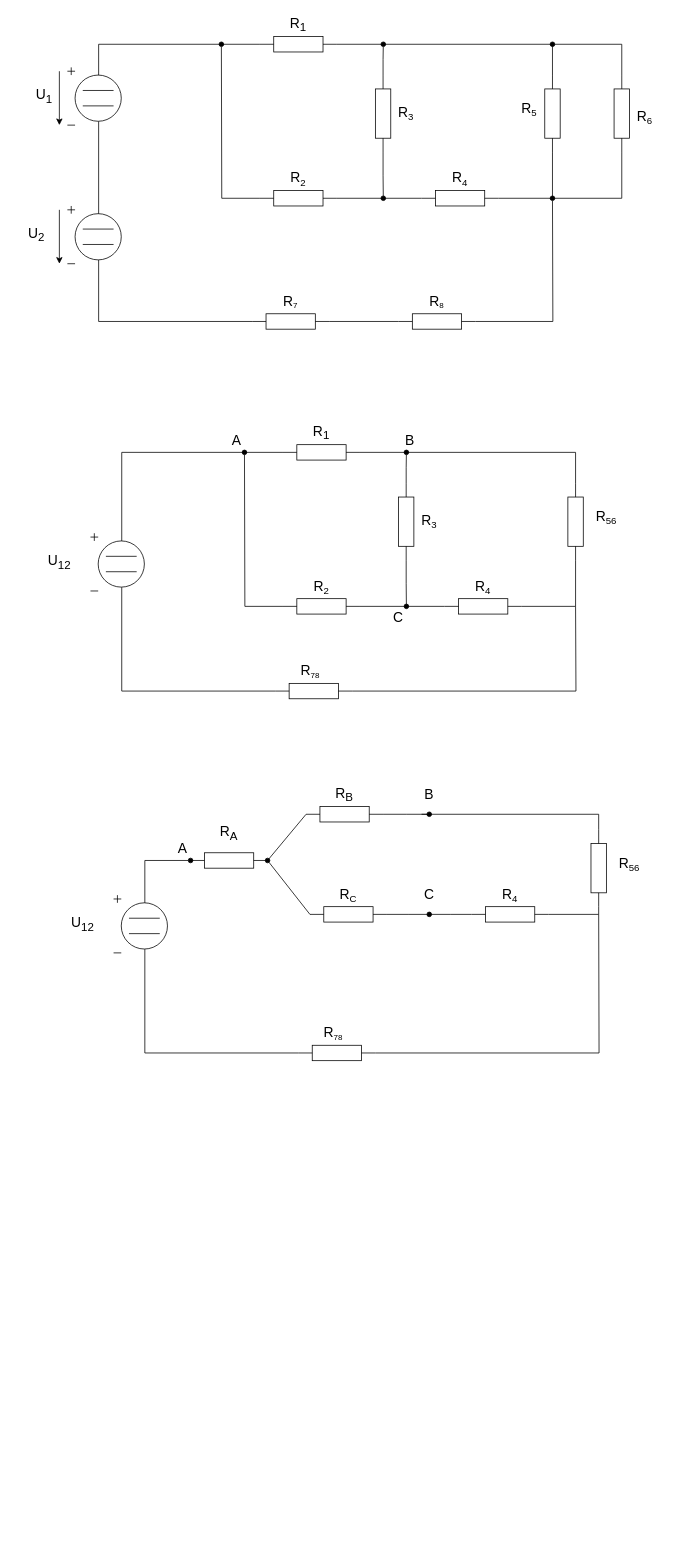
MartinNav/iel_proj keeps this draw.io diagram as priklad1/priklad1.drawio. Above is the earlier version. Source tidied: cells renumbered, new cells numbered last; positions are measured from the earlier drawing's top-left corner, leaving out a move shared by most shapes. Both pictures are drawn from the tidied source at 77%, with x=0, y=0 at pixel (13, 13).
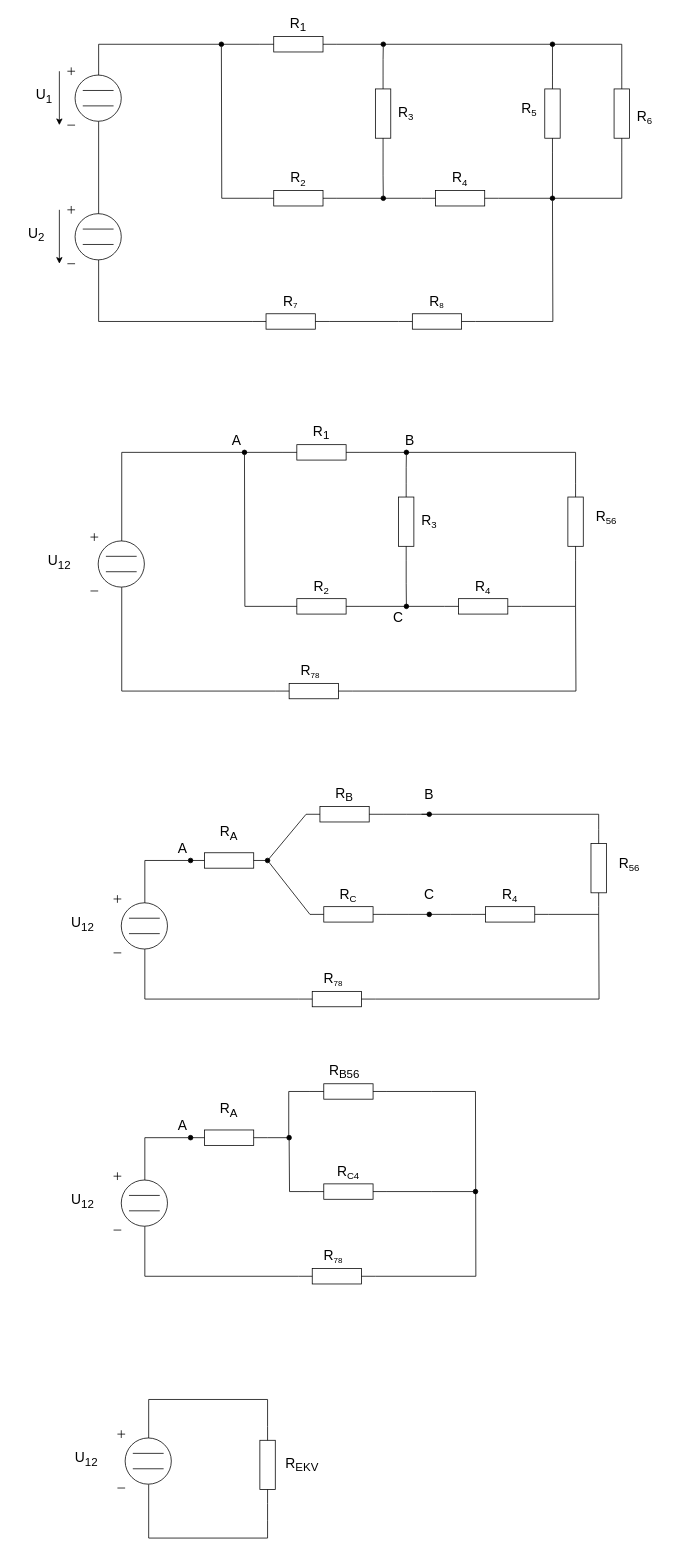
After the change.

Unchanged cells that the change refers to:
```xml
<mxCell id="66" style="verticalLabelPosition=bottom;shadow=0;dashed=0;align=center;html=1;verticalAlign=top;shape=mxgraph.electrical.signal_sources.dc_source_1;" parent="1" vertex="1">
  <mxGeometry x="130" y="1145" width="70" height="75" as="geometry" />
</mxCell>
```

Diff of the diagram source:
```diff
@@
     <mxCell id="70" style="verticalLabelPosition=bottom;shadow=0;dashed=0;align=center;html=1;verticalAlign=top;shape=mxgraph.electrical.resistors.resistor_1;" parent="1" vertex="1">
-      <mxGeometry x="370" y="1340" width="100" height="20" as="geometry" />
+      <mxGeometry x="370" y="1270" width="100" height="20" as="geometry" />
     </mxCell>
@@
     <mxCell id="81" style="edgeStyle=orthogonalEdgeStyle;rounded=0;jettySize=auto;html=1;exitX=0.58;exitY=0.935;exitDx=0;exitDy=0;exitPerimeter=0;entryX=0;entryY=0.5;entryDx=0;entryDy=0;entryPerimeter=0;endArrow=none;endFill=0;" parent="1" edge="1" source="66" target="70">
       <mxGeometry relative="1" as="geometry">
         <Array as="points">
-          <mxPoint x="171" y="1350" />
+          <mxPoint x="171" y="1280" />
         </Array>
       </mxGeometry>
     </mxCell>
@@
     <mxCell id="88" value="&lt;span style=&quot;font-size: 18px;&quot;&gt;R&lt;/span&gt;&lt;span style=&quot;font-size: 12.5px;&quot;&gt;&lt;sub&gt;78&lt;/sub&gt;&lt;/span&gt;" style="text;html=1;strokeColor=none;fillColor=none;align=center;verticalAlign=middle;whiteSpace=wrap;rounded=0;" parent="1" vertex="1">
-      <mxGeometry x="391" y="1310" width="49" height="30" as="geometry" />
+      <mxGeometry x="391" y="1240" width="49" height="30" as="geometry" />
     </mxCell>
@@
+    <mxCell id="98" style="verticalLabelPosition=bottom;shadow=0;dashed=0;align=center;html=1;verticalAlign=top;shape=mxgraph.electrical.signal_sources.dc_source_1;" parent="1" vertex="1">
+      <mxGeometry x="130" y="1505" width="70" height="75" as="geometry" />
+    </mxCell>
+    <mxCell id="99" style="endArrow=none;html=1;rounded=0;" parent="1" edge="1">
+      <mxGeometry relative="1" as="geometry">
+        <mxPoint x="150" y="1535" as="sourcePoint" />
+        <mxPoint x="190" y="1535" as="targetPoint" />
+      </mxGeometry>
+    </mxCell>
+    <mxCell id="100" style="endArrow=none;html=1;rounded=0;" parent="1" edge="1">
+      <mxGeometry relative="1" as="geometry">
+        <mxPoint x="150" y="1555" as="sourcePoint" />
+        <mxPoint x="190" y="1555" as="targetPoint" />
+      </mxGeometry>
+    </mxCell>
+    <mxCell id="101" style="edgeStyle=orthogonalEdgeStyle;rounded=0;jettySize=auto;html=1;exitX=1;exitY=0.5;exitDx=0;exitDy=0;exitPerimeter=0;endArrow=none;endFill=0;" parent="1" edge="1" source="102">
+      <mxGeometry relative="1" as="geometry">
+        <mxPoint x="600" y="1400" as="targetPoint" />
+      </mxGeometry>
+    </mxCell>
+    <mxCell id="102" style="verticalLabelPosition=bottom;shadow=0;dashed=0;align=center;html=1;verticalAlign=top;shape=mxgraph.electrical.resistors.resistor_1;" parent="1" vertex="1">
+      <mxGeometry x="370" y="1630" width="100" height="20" as="geometry" />
+    </mxCell>
+    <mxCell id="103" style="rounded=0;jettySize=auto;html=1;exitX=0;exitY=0.5;exitDx=0;exitDy=0;exitPerimeter=0;endArrow=oval;endFill=1;edgeStyle=orthogonalEdgeStyle;" parent="1" edge="1" source="105">
+      <mxGeometry relative="1" as="geometry">
+        <mxPoint x="358" y="1460" as="targetPoint" />
+      </mxGeometry>
+    </mxCell>
+    <mxCell id="104" style="edgeStyle=orthogonalEdgeStyle;rounded=0;jettySize=auto;html=1;exitX=1;exitY=0.5;exitDx=0;exitDy=0;exitPerimeter=0;endArrow=oval;endFill=1;" parent="1" edge="1" source="105">
+      <mxGeometry relative="1" as="geometry">
+        <mxPoint x="600" y="1530" as="targetPoint" />
+      </mxGeometry>
+    </mxCell>
+    <mxCell id="105" style="verticalLabelPosition=bottom;shadow=0;dashed=0;align=center;html=1;verticalAlign=top;shape=mxgraph.electrical.resistors.resistor_1;" parent="1" vertex="1">
+      <mxGeometry x="385" y="1520" width="100" height="20" as="geometry" />
+    </mxCell>
+    <mxCell id="106" style="rounded=0;jettySize=auto;html=1;exitX=0;exitY=0.5;exitDx=0;exitDy=0;exitPerimeter=0;entryX=1;entryY=0.5;entryDx=0;entryDy=0;entryPerimeter=0;endArrow=none;endFill=0;edgeStyle=orthogonalEdgeStyle;" parent="1" edge="1" source="108" target="114">
+      <mxGeometry relative="1" as="geometry" />
+    </mxCell>
+    <mxCell id="107" style="edgeStyle=orthogonalEdgeStyle;rounded=0;jettySize=auto;html=1;exitX=1;exitY=0.5;exitDx=0;exitDy=0;exitPerimeter=0;endArrow=none;endFill=0;" parent="1" edge="1" source="108">
+      <mxGeometry relative="1" as="geometry">
+        <mxPoint x="600" y="1400" as="targetPoint" />
+      </mxGeometry>
+    </mxCell>
+    <mxCell id="108" style="verticalLabelPosition=bottom;shadow=0;dashed=0;align=center;html=1;verticalAlign=top;shape=mxgraph.electrical.resistors.resistor_1;" parent="1" vertex="1">
+      <mxGeometry x="385" y="1390" width="100" height="20" as="geometry" />
+    </mxCell>
+    <mxCell id="109" style="edgeStyle=orthogonalEdgeStyle;rounded=0;jettySize=auto;html=1;exitX=0.58;exitY=0.935;exitDx=0;exitDy=0;exitPerimeter=0;entryX=0;entryY=0.5;entryDx=0;entryDy=0;entryPerimeter=0;endArrow=none;endFill=0;" parent="1" edge="1" source="98" target="102">
+      <mxGeometry relative="1" as="geometry">
+        <Array as="points">
+          <mxPoint x="171" y="1640" />
+        </Array>
+      </mxGeometry>
+    </mxCell>
+    <mxCell id="110" value="&lt;font style=&quot;font-size: 18px;&quot;&gt;U&lt;sub&gt;12&lt;/sub&gt;&lt;/font&gt;" style="text;html=1;strokeColor=none;fillColor=none;align=center;verticalAlign=middle;whiteSpace=wrap;rounded=0;" parent="1" vertex="1">
+      <mxGeometry x="60" y="1527.5" width="60" height="30" as="geometry" />
+    </mxCell>
+    <mxCell id="111" value="&lt;span style=&quot;font-size: 18px;&quot;&gt;R&lt;sub&gt;B56&lt;/sub&gt;&lt;/span&gt;" style="text;html=1;strokeColor=none;fillColor=none;align=center;verticalAlign=middle;whiteSpace=wrap;rounded=0;" parent="1" vertex="1">
+      <mxGeometry x="400" y="1360" width="60" height="30" as="geometry" />
+    </mxCell>
+    <mxCell id="112" value="&lt;span style=&quot;font-size: 18px;&quot;&gt;R&lt;/span&gt;&lt;span style=&quot;font-size: 15px;&quot;&gt;&lt;sub&gt;C4&lt;/sub&gt;&lt;/span&gt;" style="text;html=1;strokeColor=none;fillColor=none;align=center;verticalAlign=middle;whiteSpace=wrap;rounded=0;" parent="1" vertex="1">
+      <mxGeometry x="405" y="1490" width="60" height="30" as="geometry" />
+    </mxCell>
+    <mxCell id="113" value="&lt;span style=&quot;font-size: 18px;&quot;&gt;R&lt;/span&gt;&lt;span style=&quot;font-size: 12.5px;&quot;&gt;&lt;sub&gt;78&lt;/sub&gt;&lt;/span&gt;" style="text;html=1;strokeColor=none;fillColor=none;align=center;verticalAlign=middle;whiteSpace=wrap;rounded=0;" parent="1" vertex="1">
+      <mxGeometry x="391" y="1600" width="49" height="30" as="geometry" />
+    </mxCell>
+    <mxCell id="114" style="verticalLabelPosition=bottom;shadow=0;dashed=0;align=center;html=1;verticalAlign=top;shape=mxgraph.electrical.resistors.resistor_1;" parent="1" vertex="1">
+      <mxGeometry x="230" y="1450" width="100" height="20" as="geometry" />
+    </mxCell>
+    <mxCell id="115" style="edgeStyle=orthogonalEdgeStyle;rounded=0;jettySize=auto;html=1;exitX=0.58;exitY=0.135;exitDx=0;exitDy=0;exitPerimeter=0;entryX=0;entryY=0.5;entryDx=0;entryDy=0;entryPerimeter=0;endArrow=oval;endFill=1;" parent="1" edge="1" source="98" target="114">
+      <mxGeometry relative="1" as="geometry">
+        <Array as="points">
+          <mxPoint x="171" y="1460" />
+        </Array>
+      </mxGeometry>
+    </mxCell>
+    <mxCell id="116" value="&lt;font style=&quot;font-size: 18px;&quot;&gt;R&lt;sub&gt;A&lt;/sub&gt;&lt;/font&gt;" style="text;html=1;strokeColor=none;fillColor=none;align=center;verticalAlign=middle;whiteSpace=wrap;rounded=0;" parent="1" vertex="1">
+      <mxGeometry x="250" y="1410" width="60" height="30" as="geometry" />
+    </mxCell>
+    <mxCell id="117" value="&lt;font style=&quot;font-size: 18px;&quot;&gt;A&lt;/font&gt;" style="text;html=1;strokeColor=none;fillColor=none;align=center;verticalAlign=middle;whiteSpace=wrap;rounded=0;" parent="1" vertex="1">
+      <mxGeometry x="190" y="1430" width="60" height="30" as="geometry" />
+    </mxCell>
+    <mxCell id="118" style="edgeStyle=orthogonalEdgeStyle;rounded=0;jettySize=auto;html=1;exitX=0.58;exitY=0.135;exitDx=0;exitDy=0;exitPerimeter=0;endArrow=none;endFill=0;" parent="1" edge="1" source="120">
+      <mxGeometry relative="1" as="geometry">
+        <mxPoint x="330" y="1800" as="targetPoint" />
+        <Array as="points">
+          <mxPoint x="176" y="1800" />
+        </Array>
+      </mxGeometry>
+    </mxCell>
+    <mxCell id="119" style="edgeStyle=orthogonalEdgeStyle;rounded=0;jettySize=auto;html=1;exitX=0.58;exitY=0.935;exitDx=0;exitDy=0;exitPerimeter=0;endArrow=none;endFill=0;" parent="1" edge="1" source="120">
+      <mxGeometry relative="1" as="geometry">
+        <mxPoint x="330" y="1980" as="targetPoint" />
+        <Array as="points">
+          <mxPoint x="176" y="1980" />
+        </Array>
+      </mxGeometry>
+    </mxCell>
+    <mxCell id="120" style="verticalLabelPosition=bottom;shadow=0;dashed=0;align=center;html=1;verticalAlign=top;shape=mxgraph.electrical.signal_sources.dc_source_1;" parent="1" vertex="1">
+      <mxGeometry x="135" y="1840" width="70" height="75" as="geometry" />
+    </mxCell>
+    <mxCell id="121" style="endArrow=none;html=1;rounded=0;" parent="1" edge="1">
+      <mxGeometry relative="1" as="geometry">
+        <mxPoint x="155" y="1870" as="sourcePoint" />
+        <mxPoint x="195" y="1870" as="targetPoint" />
+      </mxGeometry>
+    </mxCell>
+    <mxCell id="122" style="endArrow=none;html=1;rounded=0;" parent="1" edge="1">
+      <mxGeometry relative="1" as="geometry">
+        <mxPoint x="155" y="1890" as="sourcePoint" />
+        <mxPoint x="195" y="1890" as="targetPoint" />
+      </mxGeometry>
+    </mxCell>
+    <mxCell id="123" value="&lt;font style=&quot;font-size: 18px;&quot;&gt;U&lt;sub&gt;12&lt;/sub&gt;&lt;/font&gt;" style="text;html=1;strokeColor=none;fillColor=none;align=center;verticalAlign=middle;whiteSpace=wrap;rounded=0;" parent="1" vertex="1">
+      <mxGeometry x="65" y="1862.5" width="60" height="30" as="geometry" />
+    </mxCell>
+    <mxCell id="124" style="edgeStyle=orthogonalEdgeStyle;rounded=0;jettySize=auto;html=1;exitX=0;exitY=0.5;exitDx=0;exitDy=0;exitPerimeter=0;endArrow=none;endFill=0;" parent="1" edge="1" source="126">
+      <mxGeometry relative="1" as="geometry">
+        <mxPoint x="330" y="1800" as="targetPoint" />
+      </mxGeometry>
+    </mxCell>
+    <mxCell id="125" style="edgeStyle=orthogonalEdgeStyle;rounded=0;jettySize=auto;html=1;exitX=1;exitY=0.5;exitDx=0;exitDy=0;exitPerimeter=0;endArrow=none;endFill=0;" parent="1" edge="1" source="126">
+      <mxGeometry relative="1" as="geometry">
+        <mxPoint x="330" y="1980" as="targetPoint" />
+      </mxGeometry>
+    </mxCell>
+    <mxCell id="126" style="verticalLabelPosition=bottom;shadow=0;dashed=0;align=center;html=1;verticalAlign=top;shape=mxgraph.electrical.resistors.resistor_1;rotation=90;" parent="1" vertex="1">
+      <mxGeometry x="280" y="1875" width="100" height="20" as="geometry" />
+    </mxCell>
+    <mxCell id="127" value="&lt;span style=&quot;font-size: 18px;&quot;&gt;R&lt;sub&gt;EKV&lt;/sub&gt;&lt;/span&gt;" style="text;html=1;strokeColor=none;fillColor=none;align=center;verticalAlign=middle;whiteSpace=wrap;rounded=0;" parent="1" vertex="1">
+      <mxGeometry x="345" y="1870" width="60" height="30" as="geometry" />
+    </mxCell>
```
